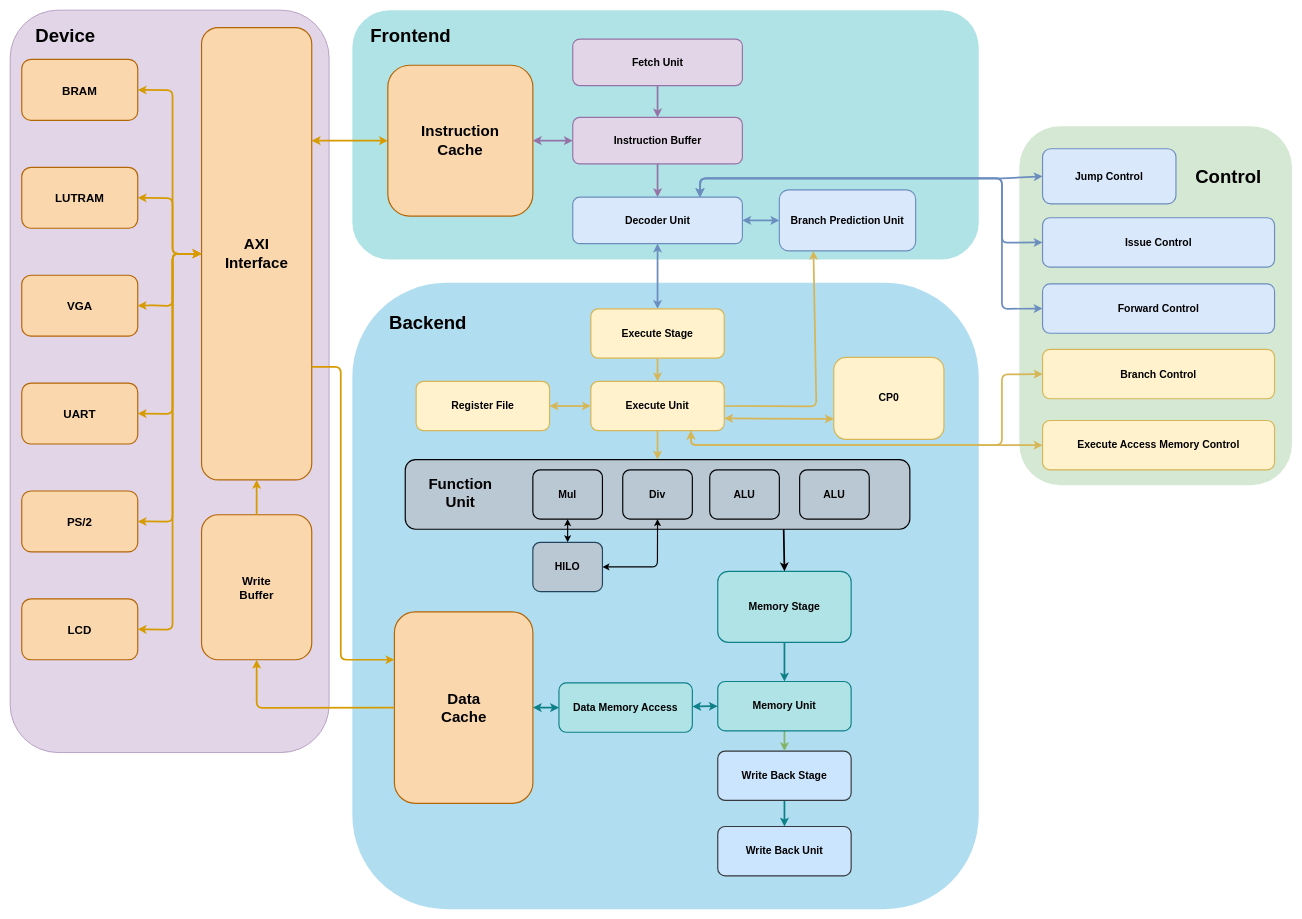
Before: page "SeqDual" (1 of 12) of pua-mips.drawio in Clo91eaf/PUA-MIPS, a draw.io diagram. Source tidied: cells renumbered, new cells numbered last; positions are measured from the earlier drawing's top-left corner, leaving out a move shared by most shapes. Both pictures are drawn from the tidied source at 58%, with x=0, y=0 at pixel (10, 10).
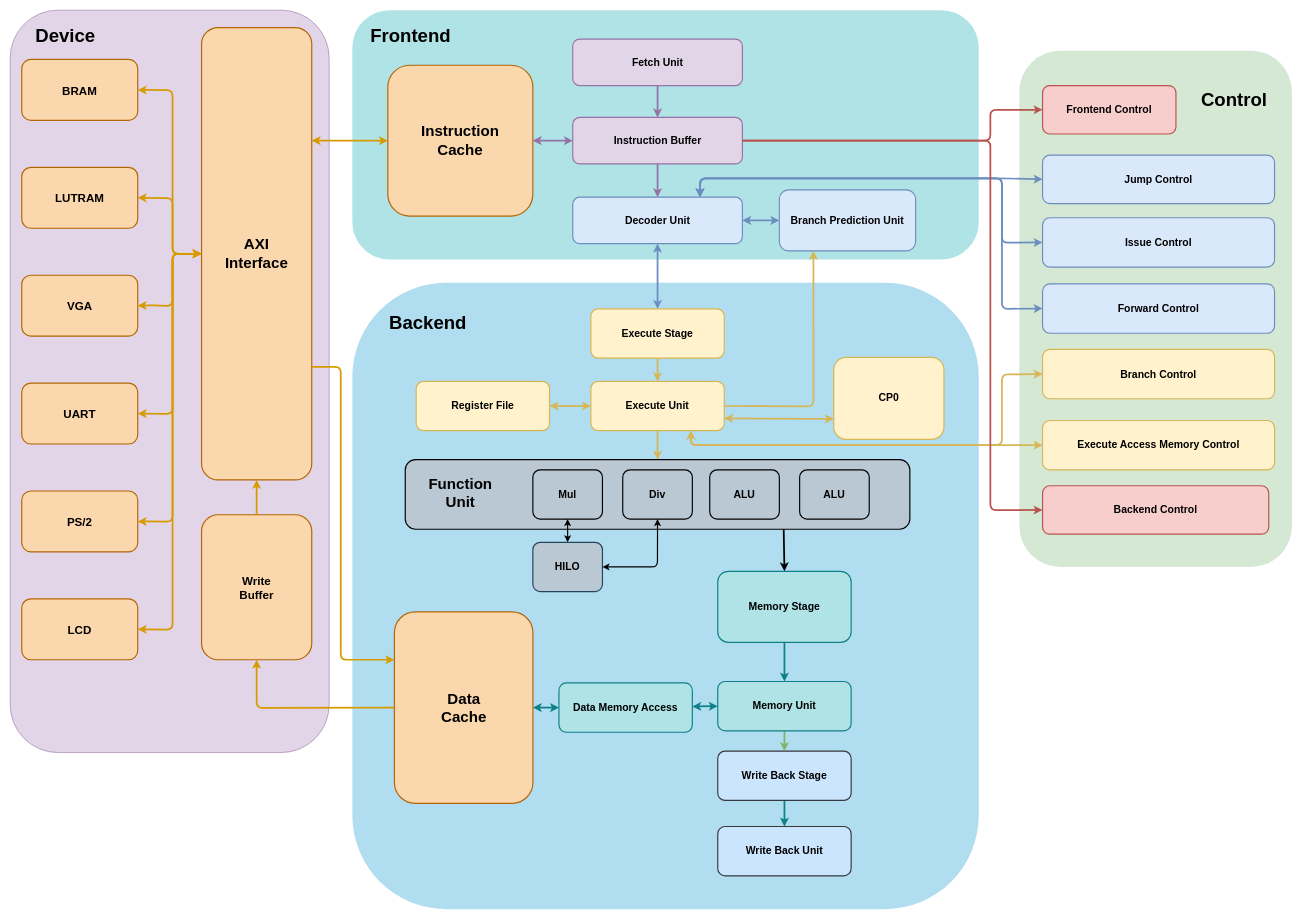
After the change.

The change refers to these unchanged cells:
```xml
<mxCell id="6" value="&lt;span style=&quot;font-size: 18px&quot;&gt;Branch Prediction Unit&lt;/span&gt;" style="rounded=1;whiteSpace=wrap;html=1;fontSize=12;fillColor=#dae8fc;strokeColor=#6c8ebf;strokeWidth=2;fontStyle=1;" parent="1" vertex="1">
  <mxGeometry x="1326.2" y="310" width="235" height="105" as="geometry" />
</mxCell>
<mxCell id="8" value="&lt;span style=&quot;font-size: 18px&quot;&gt;Instruction Buffer&lt;/span&gt;" style="rounded=1;whiteSpace=wrap;html=1;fontSize=12;fillColor=#e1d5e7;strokeColor=#9673a6;strokeWidth=2;fontStyle=1;" parent="1" vertex="1">
  <mxGeometry x="970" y="185" width="292.5" height="80" as="geometry" />
</mxCell>
<mxCell id="15" value="&lt;span style=&quot;font-size: 18px&quot;&gt;Execute Unit&lt;/span&gt;" style="rounded=1;whiteSpace=wrap;html=1;fontSize=12;fillColor=#fff2cc;strokeColor=#d6b656;strokeWidth=2;fontStyle=1;" parent="1" vertex="1">
  <mxGeometry x="1001.2" y="640" width="230" height="85" as="geometry" />
</mxCell>
```

Change to the diagram source:
```diff
@@
     <mxCell id="17" style="edgeStyle=none;html=1;fontSize=26;startArrow=none;startFill=0;entryX=0.25;entryY=1;entryDx=0;entryDy=0;exitX=1;exitY=0.5;exitDx=0;exitDy=0;endArrow=classic;endFill=1;fillColor=#fff2cc;strokeColor=#d6b656;strokeWidth=3;" parent="1" edge="1" source="15" target="6">
       <mxGeometry relative="1" as="geometry">
         <Array as="points">
-          <mxPoint x="1390" y="683" />
+          <mxPoint x="1385" y="683" />
         </Array>
       </mxGeometry>
     </mxCell>
@@
     <mxCell id="30" style="rounded=1;whiteSpace=wrap;html=1;fontSize=12;fillColor=#d5e8d4;strokeColor=none;strokeWidth=2;fontStyle=1;" parent="1" vertex="1">
-      <mxGeometry x="1740" y="200" width="470" height="619" as="geometry" />
+      <mxGeometry x="1740" y="70" width="470" height="890" as="geometry" />
     </mxCell>
     <mxCell id="31" value="&lt;span style=&quot;font-size: 18px&quot;&gt;Jump Control&lt;/span&gt;" style="rounded=1;whiteSpace=wrap;html=1;fontSize=12;fillColor=#dae8fc;strokeColor=#6c8ebf;strokeWidth=2;fontStyle=1;" parent="1" vertex="1">
-      <mxGeometry x="1780" y="239" width="230" height="95" as="geometry" />
+      <mxGeometry x="1780" y="250" width="400" height="83.5" as="geometry" />
     </mxCell>
@@
     <mxCell id="34" value="Control" style="text;html=1;align=center;verticalAlign=middle;strokeColor=none;fillColor=none;fontSize=32;fontStyle=1;sketch=0;" parent="1" vertex="1">
-      <mxGeometry x="2030" y="261.5" width="140" height="50" as="geometry" />
+      <mxGeometry x="2040" y="130" width="140" height="50" as="geometry" />
     </mxCell>
@@
+    <mxCell id="78" value="&lt;span style=&quot;font-size: 18px&quot;&gt;Frontend Control&lt;/span&gt;" style="rounded=1;whiteSpace=wrap;html=1;fontSize=12;fillColor=#f8cecc;strokeColor=#b85450;strokeWidth=2;fontStyle=1;" parent="1" vertex="1">
+      <mxGeometry x="1780" y="130" width="230" height="83.5" as="geometry" />
+    </mxCell>
+    <mxCell id="79" style="edgeStyle=none;html=1;strokeColor=#b85450;fontSize=26;startArrow=none;startFill=0;endArrow=classic;endFill=1;fillColor=#f8cecc;strokeWidth=3;entryX=0;entryY=0.5;entryDx=0;entryDy=0;exitX=1;exitY=0.5;exitDx=0;exitDy=0;" parent="1" edge="1" source="8" target="78">
+      <mxGeometry relative="1" as="geometry">
+        <Array as="points">
+          <mxPoint x="1690" y="225" />
+          <mxPoint x="1690" y="172" />
+        </Array>
+      </mxGeometry>
+    </mxCell>
+    <mxCell id="80" value="&lt;span style=&quot;font-size: 18px&quot;&gt;Backend Control&lt;/span&gt;" style="rounded=1;whiteSpace=wrap;html=1;fontSize=12;fillColor=#f8cecc;strokeColor=#b85450;strokeWidth=2;fontStyle=1;" parent="1" vertex="1">
+      <mxGeometry x="1780" y="820" width="390" height="83.5" as="geometry" />
+    </mxCell>
+    <mxCell id="81" style="edgeStyle=none;html=1;strokeColor=#b85450;fontSize=26;startArrow=none;startFill=0;endArrow=classic;endFill=1;fillColor=#f8cecc;strokeWidth=3;entryX=0;entryY=0.5;entryDx=0;entryDy=0;exitX=1;exitY=0.5;exitDx=0;exitDy=0;" parent="1" edge="1" source="8" target="80">
+      <mxGeometry relative="1" as="geometry">
+        <Array as="points">
+          <mxPoint x="1690" y="225" />
+          <mxPoint x="1690" y="862" />
+        </Array>
+      </mxGeometry>
+    </mxCell>
```
